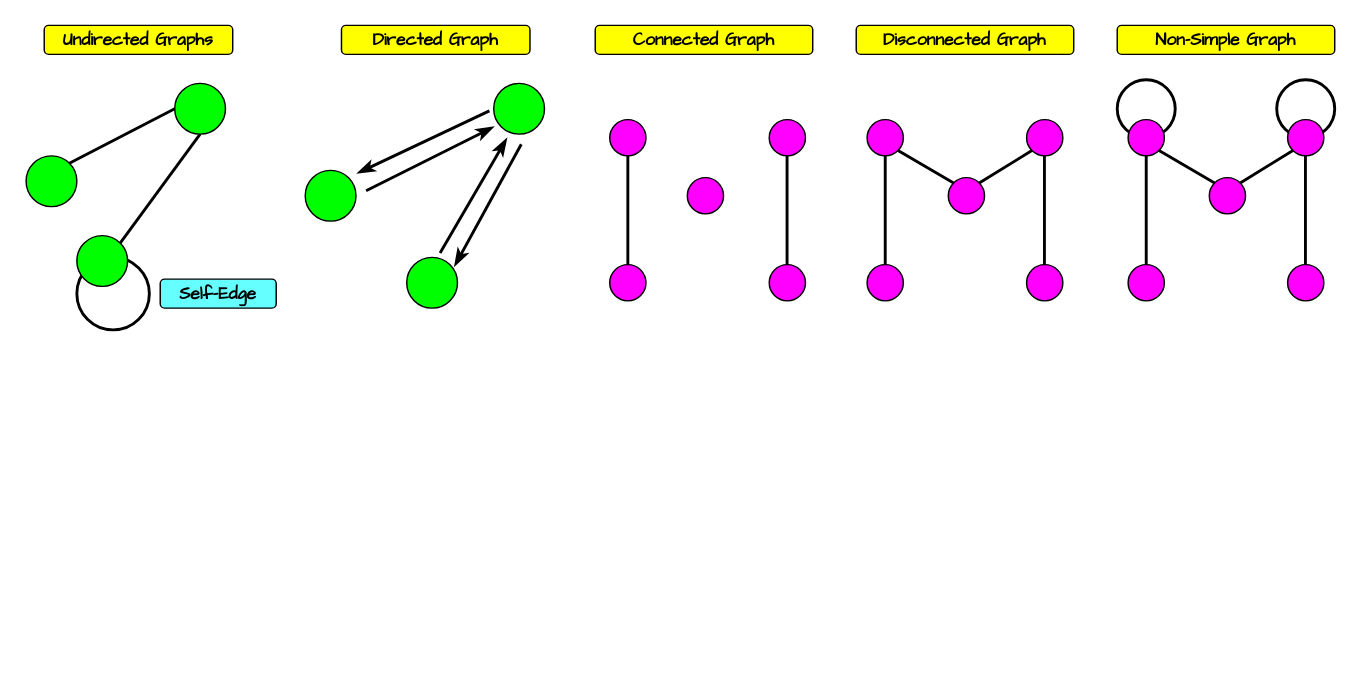
The draw.io diagram Computer Science/Foundations of Computing/Module 01 Graphs and Trees/resources/Drawings.drawio in ByteToBits/CompScience, before the edit. Source tidied: cells renumbered, new cells numbered last; positions are measured from the earlier drawing's top-left corner, leaving out a move shared by most shapes. Both pictures are drawn from the tidied source at 145%, with x=0, y=0 at pixel (26, 25).
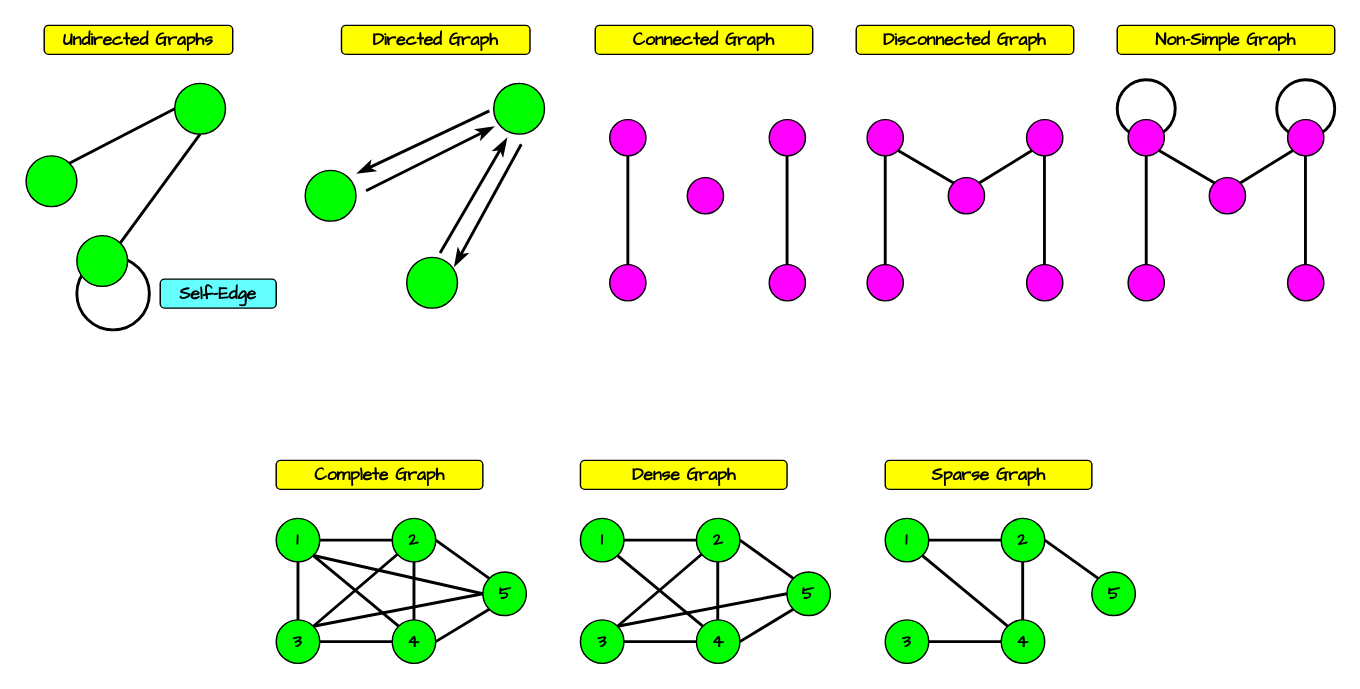
The same page after the edit.

Commit message (it also covers changes not shown here):
Added Complete, Dense and Sparse Graph

What changed in the source:
```diff
@@
+    <mxCell id="48" value="&lt;font face=&quot;Comic Sans MS&quot;&gt;&lt;b&gt;Complete Graph&lt;/b&gt;&lt;/font&gt;" style="rounded=1;whiteSpace=wrap;html=1;fillColor=#FFFF00;strokeColor=#000000;fontColor=#000000;" parent="1" vertex="1">
+      <mxGeometry x="172" y="300" width="142.5" height="20" as="geometry" />
+    </mxCell>
+    <mxCell id="49" value="&lt;b style=&quot;color: rgb(0, 0, 0); font-family: &amp;quot;Comic Sans MS&amp;quot;;&quot;&gt;1&lt;/b&gt;" style="ellipse;whiteSpace=wrap;html=1;fillColor=#00FF00;strokeColor=#000000;" parent="1" vertex="1">
+      <mxGeometry x="172" y="340" width="30" height="30" as="geometry" />
+    </mxCell>
+    <mxCell id="50" style="endArrow=none;html=1;rounded=0;endSize=7;strokeWidth=2;strokeColor=#000000;startArrow=none;startFill=0;entryX=1;entryY=0.5;entryDx=0;entryDy=0;exitX=0;exitY=0.5;exitDx=0;exitDy=0;" parent="1" edge="1" source="51" target="49">
+      <mxGeometry relative="1" as="geometry" />
+    </mxCell>
+    <mxCell id="51" value="&lt;font face=&quot;Comic Sans MS&quot; color=&quot;#000000&quot;&gt;&lt;b&gt;2&lt;/b&gt;&lt;/font&gt;" style="ellipse;whiteSpace=wrap;html=1;fillColor=#00FF00;strokeColor=#000000;" parent="1" vertex="1">
+      <mxGeometry x="252" y="340" width="30" height="30" as="geometry" />
+    </mxCell>
+    <mxCell id="52" value="&lt;b style=&quot;color: rgb(0, 0, 0); font-family: &amp;quot;Comic Sans MS&amp;quot;;&quot;&gt;3&lt;/b&gt;" style="ellipse;whiteSpace=wrap;html=1;fillColor=#00FF00;strokeColor=#000000;" parent="1" vertex="1">
+      <mxGeometry x="172" y="410" width="30" height="30" as="geometry" />
+    </mxCell>
+    <mxCell id="53" style="endArrow=none;html=1;rounded=0;endSize=7;strokeWidth=2;strokeColor=#000000;startArrow=none;startFill=0;entryX=1;entryY=0.5;entryDx=0;entryDy=0;exitX=0;exitY=0.5;exitDx=0;exitDy=0;" parent="1" edge="1" source="54" target="52">
+      <mxGeometry relative="1" as="geometry" />
+    </mxCell>
+    <mxCell id="54" value="&lt;font face=&quot;Comic Sans MS&quot; color=&quot;#000000&quot;&gt;&lt;b&gt;4&lt;/b&gt;&lt;/font&gt;" style="ellipse;whiteSpace=wrap;html=1;fillColor=#00FF00;strokeColor=#000000;" parent="1" vertex="1">
+      <mxGeometry x="252" y="410" width="30" height="30" as="geometry" />
+    </mxCell>
+    <mxCell id="55" style="endArrow=none;html=1;rounded=0;endSize=7;strokeWidth=2;strokeColor=#000000;startArrow=none;startFill=0;entryX=0.5;entryY=1;entryDx=0;entryDy=0;exitX=0.5;exitY=0;exitDx=0;exitDy=0;" parent="1" edge="1" source="52" target="49">
+      <mxGeometry relative="1" as="geometry" />
+    </mxCell>
+    <mxCell id="56" style="endArrow=none;html=1;rounded=0;endSize=7;strokeWidth=2;strokeColor=#000000;startArrow=none;startFill=0;entryX=1;entryY=1;entryDx=0;entryDy=0;exitX=0;exitY=0;exitDx=0;exitDy=0;" parent="1" edge="1" source="54" target="49">
+      <mxGeometry relative="1" as="geometry" />
+    </mxCell>
+    <mxCell id="57" style="endArrow=none;html=1;rounded=0;endSize=7;strokeWidth=2;strokeColor=#000000;startArrow=none;startFill=0;entryX=1;entryY=0;entryDx=0;entryDy=0;" parent="1" edge="1" source="51" target="52">
+      <mxGeometry relative="1" as="geometry" />
+    </mxCell>
+    <mxCell id="58" value="&lt;font face=&quot;Comic Sans MS&quot; color=&quot;#000000&quot;&gt;&lt;b&gt;5&lt;/b&gt;&lt;/font&gt;" style="ellipse;whiteSpace=wrap;html=1;fillColor=#00FF00;strokeColor=#000000;" parent="1" vertex="1">
+      <mxGeometry x="314.5" y="377" width="30" height="30" as="geometry" />
+    </mxCell>
+    <mxCell id="59" style="endArrow=none;html=1;rounded=0;endSize=7;strokeWidth=2;strokeColor=#000000;startArrow=none;startFill=0;entryX=0;entryY=0;entryDx=0;entryDy=0;exitX=1;exitY=0.5;exitDx=0;exitDy=0;" parent="1" edge="1" source="51" target="58">
+      <mxGeometry relative="1" as="geometry" />
+    </mxCell>
+    <mxCell id="60" style="endArrow=none;html=1;rounded=0;endSize=7;strokeWidth=2;strokeColor=#000000;startArrow=none;startFill=0;entryX=0;entryY=1;entryDx=0;entryDy=0;exitX=1;exitY=0.5;exitDx=0;exitDy=0;" parent="1" edge="1" source="54" target="58">
+      <mxGeometry relative="1" as="geometry" />
+    </mxCell>
+    <mxCell id="61" style="endArrow=none;html=1;rounded=0;endSize=7;strokeWidth=2;strokeColor=#000000;startArrow=none;startFill=0;entryX=0;entryY=0.5;entryDx=0;entryDy=0;exitX=1;exitY=1;exitDx=0;exitDy=0;" parent="1" edge="1" source="49" target="58">
+      <mxGeometry relative="1" as="geometry" />
+    </mxCell>
+    <mxCell id="62" style="endArrow=none;html=1;rounded=0;endSize=7;strokeWidth=2;strokeColor=#000000;startArrow=none;startFill=0;entryX=0;entryY=0.5;entryDx=0;entryDy=0;exitX=1;exitY=0;exitDx=0;exitDy=0;" parent="1" edge="1" source="52" target="58">
+      <mxGeometry relative="1" as="geometry" />
+    </mxCell>
+    <mxCell id="63" value="&lt;font face=&quot;Comic Sans MS&quot;&gt;&lt;b&gt;Dense Graph&lt;/b&gt;&lt;/font&gt;" style="rounded=1;whiteSpace=wrap;html=1;fillColor=#FFFF00;strokeColor=#000000;fontColor=#000000;" parent="1" vertex="1">
+      <mxGeometry x="381.8" y="300" width="142.5" height="20" as="geometry" />
+    </mxCell>
+    <mxCell id="64" value="&lt;b style=&quot;color: rgb(0, 0, 0); font-family: &amp;quot;Comic Sans MS&amp;quot;;&quot;&gt;1&lt;/b&gt;" style="ellipse;whiteSpace=wrap;html=1;fillColor=#00FF00;strokeColor=#000000;" parent="1" vertex="1">
+      <mxGeometry x="381.8" y="340" width="30" height="30" as="geometry" />
+    </mxCell>
+    <mxCell id="65" style="endArrow=none;html=1;rounded=0;endSize=7;strokeWidth=2;strokeColor=#000000;startArrow=none;startFill=0;entryX=1;entryY=0.5;entryDx=0;entryDy=0;exitX=0;exitY=0.5;exitDx=0;exitDy=0;" parent="1" edge="1" source="66" target="64">
+      <mxGeometry relative="1" as="geometry" />
+    </mxCell>
+    <mxCell id="66" value="&lt;font face=&quot;Comic Sans MS&quot; color=&quot;#000000&quot;&gt;&lt;b&gt;2&lt;/b&gt;&lt;/font&gt;" style="ellipse;whiteSpace=wrap;html=1;fillColor=#00FF00;strokeColor=#000000;" parent="1" vertex="1">
+      <mxGeometry x="461.8" y="340" width="30" height="30" as="geometry" />
+    </mxCell>
+    <mxCell id="67" value="&lt;b style=&quot;color: rgb(0, 0, 0); font-family: &amp;quot;Comic Sans MS&amp;quot;;&quot;&gt;3&lt;/b&gt;" style="ellipse;whiteSpace=wrap;html=1;fillColor=#00FF00;strokeColor=#000000;" parent="1" vertex="1">
+      <mxGeometry x="381.8" y="410" width="30" height="30" as="geometry" />
+    </mxCell>
+    <mxCell id="68" style="endArrow=none;html=1;rounded=0;endSize=7;strokeWidth=2;strokeColor=#000000;startArrow=none;startFill=0;entryX=1;entryY=0.5;entryDx=0;entryDy=0;exitX=0;exitY=0.5;exitDx=0;exitDy=0;" parent="1" edge="1" source="69" target="67">
+      <mxGeometry relative="1" as="geometry" />
+    </mxCell>
+    <mxCell id="69" value="&lt;font face=&quot;Comic Sans MS&quot; color=&quot;#000000&quot;&gt;&lt;b&gt;4&lt;/b&gt;&lt;/font&gt;" style="ellipse;whiteSpace=wrap;html=1;fillColor=#00FF00;strokeColor=#000000;" parent="1" vertex="1">
+      <mxGeometry x="461.8" y="410" width="30" height="30" as="geometry" />
+    </mxCell>
+    <mxCell id="70" style="endArrow=none;html=1;rounded=0;endSize=7;strokeWidth=2;strokeColor=#000000;startArrow=none;startFill=0;entryX=1;entryY=1;entryDx=0;entryDy=0;exitX=0;exitY=0;exitDx=0;exitDy=0;" parent="1" edge="1" source="69" target="64">
+      <mxGeometry relative="1" as="geometry" />
+    </mxCell>
+    <mxCell id="71" style="endArrow=none;html=1;rounded=0;endSize=7;strokeWidth=2;strokeColor=#000000;startArrow=none;startFill=0;entryX=1;entryY=0;entryDx=0;entryDy=0;" parent="1" edge="1" source="66" target="67">
+      <mxGeometry relative="1" as="geometry" />
+    </mxCell>
+    <mxCell id="72" value="&lt;font face=&quot;Comic Sans MS&quot; color=&quot;#000000&quot;&gt;&lt;b&gt;5&lt;/b&gt;&lt;/font&gt;" style="ellipse;whiteSpace=wrap;html=1;fillColor=#00FF00;strokeColor=#000000;" parent="1" vertex="1">
+      <mxGeometry x="524.2" y="377" width="30" height="30" as="geometry" />
+    </mxCell>
+    <mxCell id="73" style="endArrow=none;html=1;rounded=0;endSize=7;strokeWidth=2;strokeColor=#000000;startArrow=none;startFill=0;entryX=0;entryY=0;entryDx=0;entryDy=0;exitX=1;exitY=0.5;exitDx=0;exitDy=0;" parent="1" edge="1" source="66" target="72">
+      <mxGeometry relative="1" as="geometry" />
+    </mxCell>
+    <mxCell id="74" style="endArrow=none;html=1;rounded=0;endSize=7;strokeWidth=2;strokeColor=#000000;startArrow=none;startFill=0;entryX=0;entryY=1;entryDx=0;entryDy=0;exitX=1;exitY=0.5;exitDx=0;exitDy=0;" parent="1" edge="1" source="69" target="72">
+      <mxGeometry relative="1" as="geometry" />
+    </mxCell>
+    <mxCell id="75" style="endArrow=none;html=1;rounded=0;endSize=7;strokeWidth=2;strokeColor=#000000;startArrow=none;startFill=0;entryX=0;entryY=0.5;entryDx=0;entryDy=0;exitX=1;exitY=0;exitDx=0;exitDy=0;" parent="1" edge="1" source="67" target="72">
+      <mxGeometry relative="1" as="geometry" />
+    </mxCell>
+    <mxCell id="76" value="&lt;font face=&quot;Comic Sans MS&quot;&gt;&lt;b&gt;Sparse Graph&lt;/b&gt;&lt;/font&gt;" style="rounded=1;whiteSpace=wrap;html=1;fillColor=#FFFF00;strokeColor=#000000;fontColor=#000000;" parent="1" vertex="1">
+      <mxGeometry x="592" y="300" width="142.5" height="20" as="geometry" />
+    </mxCell>
+    <mxCell id="77" value="&lt;b style=&quot;color: rgb(0, 0, 0); font-family: &amp;quot;Comic Sans MS&amp;quot;;&quot;&gt;1&lt;/b&gt;" style="ellipse;whiteSpace=wrap;html=1;fillColor=#00FF00;strokeColor=#000000;" parent="1" vertex="1">
+      <mxGeometry x="592" y="340" width="30" height="30" as="geometry" />
+    </mxCell>
+    <mxCell id="78" style="endArrow=none;html=1;rounded=0;endSize=7;strokeWidth=2;strokeColor=#000000;startArrow=none;startFill=0;entryX=1;entryY=0.5;entryDx=0;entryDy=0;exitX=0;exitY=0.5;exitDx=0;exitDy=0;" parent="1" edge="1" source="79" target="77">
+      <mxGeometry relative="1" as="geometry" />
+    </mxCell>
+    <mxCell id="79" value="&lt;font face=&quot;Comic Sans MS&quot; color=&quot;#000000&quot;&gt;&lt;b&gt;2&lt;/b&gt;&lt;/font&gt;" style="ellipse;whiteSpace=wrap;html=1;fillColor=#00FF00;strokeColor=#000000;" parent="1" vertex="1">
+      <mxGeometry x="672" y="340" width="30" height="30" as="geometry" />
+    </mxCell>
+    <mxCell id="80" value="&lt;b style=&quot;color: rgb(0, 0, 0); font-family: &amp;quot;Comic Sans MS&amp;quot;;&quot;&gt;3&lt;/b&gt;" style="ellipse;whiteSpace=wrap;html=1;fillColor=#00FF00;strokeColor=#000000;" parent="1" vertex="1">
+      <mxGeometry x="592" y="410" width="30" height="30" as="geometry" />
+    </mxCell>
+    <mxCell id="81" style="endArrow=none;html=1;rounded=0;endSize=7;strokeWidth=2;strokeColor=#000000;startArrow=none;startFill=0;entryX=1;entryY=0.5;entryDx=0;entryDy=0;exitX=0;exitY=0.5;exitDx=0;exitDy=0;" parent="1" edge="1" source="82" target="80">
+      <mxGeometry relative="1" as="geometry" />
+    </mxCell>
+    <mxCell id="82" value="&lt;font face=&quot;Comic Sans MS&quot; color=&quot;#000000&quot;&gt;&lt;b&gt;4&lt;/b&gt;&lt;/font&gt;" style="ellipse;whiteSpace=wrap;html=1;fillColor=#00FF00;strokeColor=#000000;" parent="1" vertex="1">
+      <mxGeometry x="672" y="410" width="30" height="30" as="geometry" />
+    </mxCell>
+    <mxCell id="83" style="endArrow=none;html=1;rounded=0;endSize=7;strokeWidth=2;strokeColor=#000000;startArrow=none;startFill=0;entryX=1;entryY=1;entryDx=0;entryDy=0;exitX=0;exitY=0;exitDx=0;exitDy=0;" parent="1" edge="1" source="82" target="77">
+      <mxGeometry relative="1" as="geometry" />
+    </mxCell>
+    <mxCell id="84" value="&lt;font face=&quot;Comic Sans MS&quot; color=&quot;#000000&quot;&gt;&lt;b&gt;5&lt;/b&gt;&lt;/font&gt;" style="ellipse;whiteSpace=wrap;html=1;fillColor=#00FF00;strokeColor=#000000;" parent="1" vertex="1">
+      <mxGeometry x="734.5" y="377" width="30" height="30" as="geometry" />
+    </mxCell>
+    <mxCell id="85" style="endArrow=none;html=1;rounded=0;endSize=7;strokeWidth=2;strokeColor=#000000;startArrow=none;startFill=0;entryX=0;entryY=0;entryDx=0;entryDy=0;exitX=1;exitY=0.5;exitDx=0;exitDy=0;" parent="1" edge="1" source="79" target="84">
+      <mxGeometry relative="1" as="geometry" />
+    </mxCell>
+    <mxCell id="86" style="endArrow=none;html=1;rounded=0;endSize=7;strokeWidth=2;strokeColor=#000000;startArrow=none;startFill=0;entryX=0.5;entryY=1;entryDx=0;entryDy=0;exitX=0.5;exitY=0;exitDx=0;exitDy=0;" parent="1" edge="1" source="54" target="51">
+      <mxGeometry relative="1" as="geometry" />
+    </mxCell>
+    <mxCell id="87" style="endArrow=none;html=1;rounded=0;endSize=7;strokeWidth=2;strokeColor=#000000;startArrow=none;startFill=0;entryX=0.5;entryY=1;entryDx=0;entryDy=0;exitX=0.5;exitY=0;exitDx=0;exitDy=0;" parent="1" edge="1">
+      <mxGeometry relative="1" as="geometry">
+        <mxPoint x="476.5" y="410" as="sourcePoint" />
+        <mxPoint x="476.5" y="370" as="targetPoint" />
+      </mxGeometry>
+    </mxCell>
+    <mxCell id="88" style="endArrow=none;html=1;rounded=0;endSize=7;strokeWidth=2;strokeColor=#000000;startArrow=none;startFill=0;entryX=0.5;entryY=1;entryDx=0;entryDy=0;exitX=0.5;exitY=0;exitDx=0;exitDy=0;" parent="1" edge="1">
+      <mxGeometry relative="1" as="geometry">
+        <mxPoint x="686.8" y="410" as="sourcePoint" />
+        <mxPoint x="686.8" y="370" as="targetPoint" />
+      </mxGeometry>
+    </mxCell>
```
